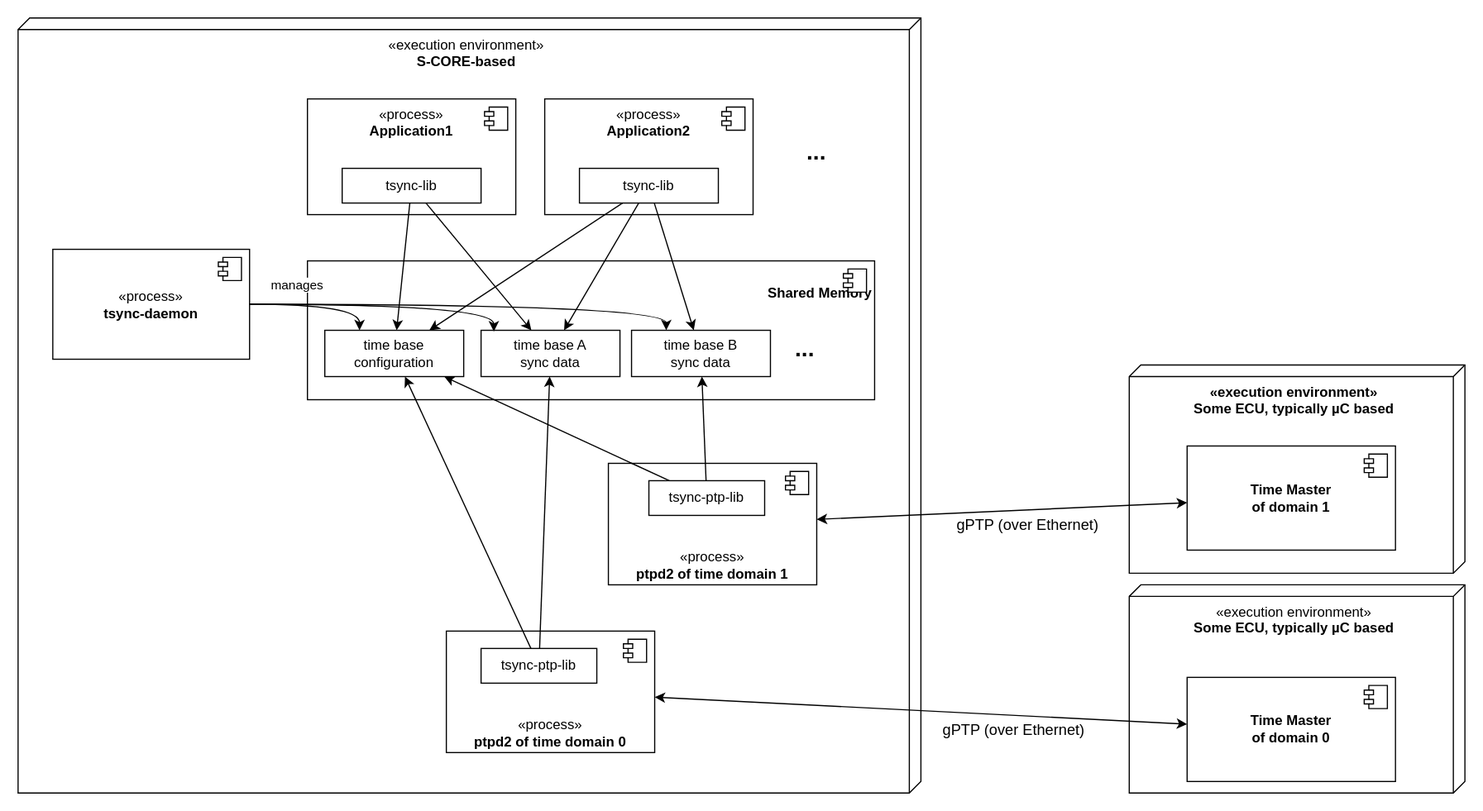
This is docs/deployment.drawio.svg from eclipse-score/time, a draw.io export, as it was before one commit. Source tidied: cells renumbered, new cells last; positions are measured from the earlier drawing's top-left corner, leaving out a move shared by most shapes.
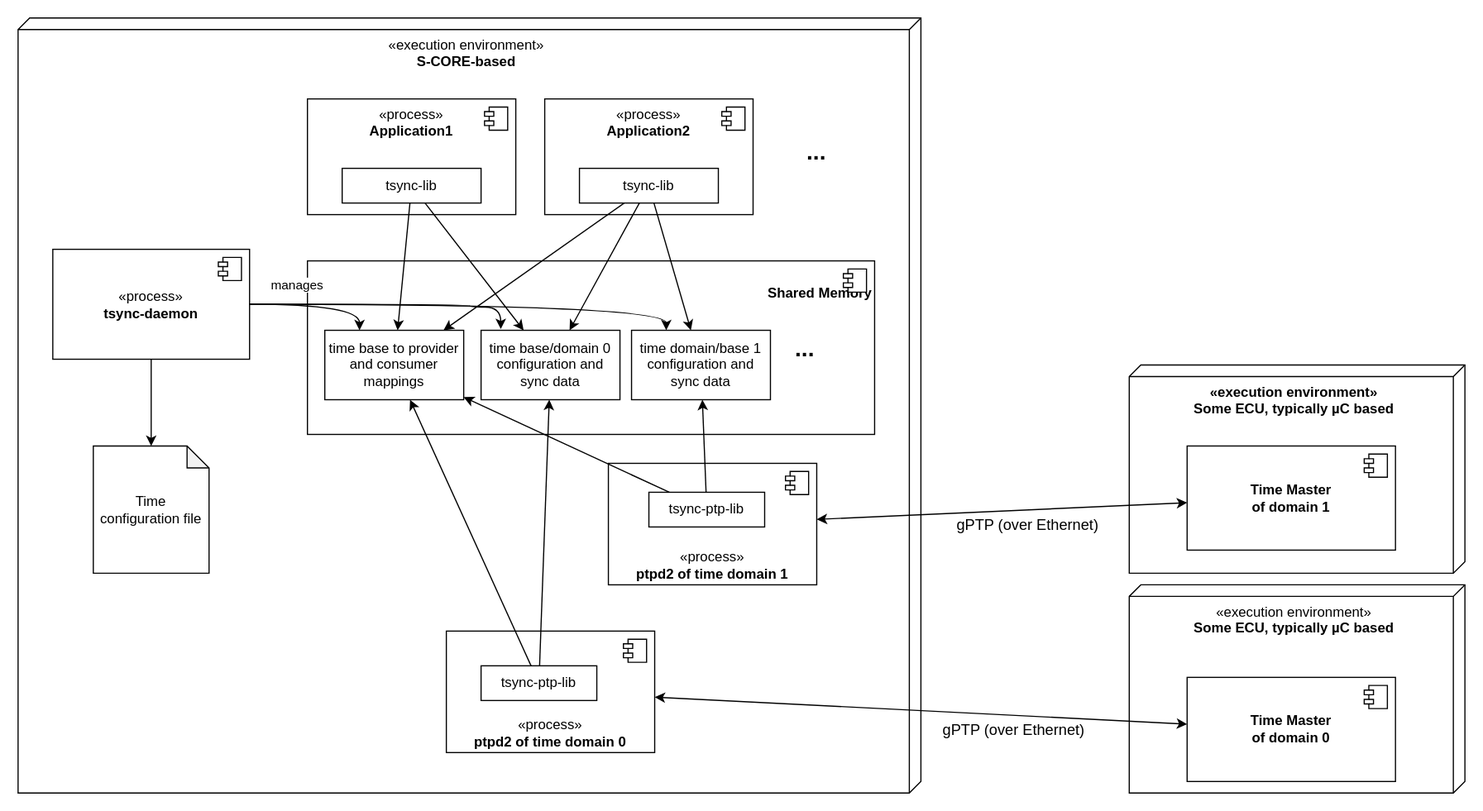
The same file after the commit.

Commit message:
Update deployment diagram and add daemon worker sequences

The edit, as a diff of the source:
```diff
@@ -22,13 +22,16 @@
       </mxGeometry>
     </mxCell>
     <mxCell id="7" value="&lt;b&gt;&lt;br&gt;Shared Memory&amp;nbsp; &amp;nbsp; &amp;nbsp; &amp;nbsp; &amp;nbsp;&amp;nbsp;&lt;/b&gt;" style="html=1;whiteSpace=wrap;verticalAlign=top;align=right;" parent="1" vertex="1">
-      <mxGeometry x="250" y="210" width="490" height="120" as="geometry" />
+      <mxGeometry x="250" y="210" width="490" height="150" as="geometry" />
     </mxCell>
     <mxCell id="8" style="shape=module;jettyWidth=8;jettyHeight=4;" parent="7" vertex="1">
       <mxGeometry x="1" width="20" height="20" relative="1" as="geometry">
         <mxPoint x="-27" y="7" as="offset" />
       </mxGeometry>
     </mxCell>
+    <mxCell id="47" style="edgeStyle=none;html=1;" parent="1" edge="1" source="9" target="48">
+      <mxGeometry relative="1" as="geometry" />
+    </mxCell>
     <mxCell id="9" value="«process»&lt;br&gt;&lt;b&gt;tsync-daemon&lt;/b&gt;" style="html=1;whiteSpace=wrap;" parent="1" vertex="1">
       <mxGeometry x="30" y="200" width="170" height="95" as="geometry" />
     </mxCell>
@@ -45,14 +48,14 @@
         <mxPoint x="-27" y="7" as="offset" />
       </mxGeometry>
     </mxCell>
-    <mxCell id="13" value="time base&lt;br&gt;configuration" style="fontStyle=0;html=1;whiteSpace=wrap;" parent="1" vertex="1">
-      <mxGeometry x="265" y="270" width="120" height="40" as="geometry" />
+    <mxCell id="13" value="time base to provider and consumer mappings" style="fontStyle=0;html=1;whiteSpace=wrap;" parent="1" vertex="1">
+      <mxGeometry x="265" y="270" width="120" height="60" as="geometry" />
     </mxCell>
-    <mxCell id="14" value="time base A&lt;br&gt;sync data" style="fontStyle=0;html=1;whiteSpace=wrap;" parent="1" vertex="1">
-      <mxGeometry x="400" y="270" width="120" height="40" as="geometry" />
+    <mxCell id="14" value="time base/domain 0&lt;br&gt;configuration and sync data" style="fontStyle=0;html=1;whiteSpace=wrap;" parent="1" vertex="1">
+      <mxGeometry x="400" y="270" width="120" height="60" as="geometry" />
     </mxCell>
-    <mxCell id="15" value="time base B&lt;br&gt;sync data" style="fontStyle=0;html=1;whiteSpace=wrap;" parent="1" vertex="1">
-      <mxGeometry x="530" y="270" width="120" height="40" as="geometry" />
+    <mxCell id="15" value="time domain/base 1 configuration and&lt;br&gt;sync data" style="fontStyle=0;html=1;whiteSpace=wrap;" parent="1" vertex="1">
+      <mxGeometry x="530" y="270" width="120" height="60" as="geometry" />
     </mxCell>
     <mxCell id="16" value="&lt;b&gt;&lt;font style=&quot;font-size: 20px;&quot;&gt;...&lt;/font&gt;&lt;/b&gt;" style="text;html=1;whiteSpace=wrap;strokeColor=none;fillColor=none;align=center;verticalAlign=middle;rounded=0;" parent="1" vertex="1">
       <mxGeometry x="660" y="270" width="40" height="30" as="geometry" />
@@ -104,16 +107,26 @@
       <mxGeometry x="485" y="130" width="120" height="30" as="geometry" />
     </mxCell>
     <mxCell id="31" value="tsync-ptp-lib" style="fontStyle=0;html=1;whiteSpace=wrap;" parent="1" vertex="1">
-      <mxGeometry x="545" y="400" width="100" height="30" as="geometry" />
+      <mxGeometry x="545" y="410" width="100" height="30" as="geometry" />
     </mxCell>
     <mxCell id="32" style="endArrow=classic;html=1;rounded=0;exitX=1;exitY=0.5;exitDx=0;exitDy=0;entryX=0.25;entryY=0;entryDx=0;entryDy=0;edgeStyle=orthogonalEdgeStyle;curved=1;" parent="1" edge="1" source="9" target="13">
       <mxGeometry relative="1" as="geometry" />
     </mxCell>
-    <mxCell id="33" style="endArrow=classic;html=1;rounded=0;edgeStyle=orthogonalEdgeStyle;elbow=vertical;entryX=0.092;entryY=0.025;entryDx=0;entryDy=0;exitX=1;exitY=0.5;exitDx=0;exitDy=0;curved=1;entryPerimeter=0;" parent="1" edge="1" source="9" target="14">
-      <mxGeometry relative="1" as="geometry" />
+    <mxCell id="33" style="endArrow=classic;html=1;rounded=0;edgeStyle=orthogonalEdgeStyle;elbow=vertical;entryX=0.142;entryY=-0.017;entryDx=0;entryDy=0;exitX=1;exitY=0.5;exitDx=0;exitDy=0;curved=1;entryPerimeter=0;" parent="1" edge="1" source="9" target="14">
+      <mxGeometry relative="1" as="geometry">
+        <Array as="points">
+          <mxPoint x="390" y="248" />
+          <mxPoint x="390" y="250" />
+          <mxPoint x="417" y="250" />
+        </Array>
+      </mxGeometry>
     </mxCell>
     <mxCell id="34" style="endArrow=classic;html=1;rounded=0;edgeStyle=orthogonalEdgeStyle;curved=1;entryX=0.25;entryY=0;entryDx=0;entryDy=0;exitX=1;exitY=0.5;exitDx=0;exitDy=0;" parent="1" edge="1" source="9" target="15">
-      <mxGeometry relative="1" as="geometry" />
+      <mxGeometry relative="1" as="geometry">
+        <Array as="points">
+          <mxPoint x="560" y="248" />
+        </Array>
+      </mxGeometry>
     </mxCell>
     <mxCell id="35" value="manages" style="edgeLabel;html=1;align=center;verticalAlign=middle;" parent="34" vertex="1">
       <mxGeometry x="-0.79" y="-1" relative="1" as="geometry">
@@ -129,7 +142,7 @@
       </mxGeometry>
     </mxCell>
     <mxCell id="38" value="tsync-ptp-lib" style="fontStyle=0;html=1;whiteSpace=wrap;" parent="1" vertex="1">
-      <mxGeometry x="400" y="545" width="100" height="30" as="geometry" />
+      <mxGeometry x="400" y="560" width="100" height="30" as="geometry" />
     </mxCell>
     <mxCell id="39" style="endArrow=classic;html=1;rounded=0;" parent="1" edge="1" source="38" target="13">
       <mxGeometry relative="1" as="geometry" />
@@ -159,5 +172,8 @@
     <mxCell id="46" style="endArrow=classic;html=1;rounded=0;" parent="1" edge="1" source="30" target="14">
       <mxGeometry relative="1" as="geometry" />
     </mxCell>
+    <mxCell id="48" value="Time configuration file" style="shape=note;whiteSpace=wrap;html=1;backgroundOutline=1;darkOpacity=0.05;size=19;" parent="1" vertex="1">
+      <mxGeometry x="65" y="370" width="100" height="110" as="geometry" />
+    </mxCell>
   </root>
 </mxGraphModel>
```
